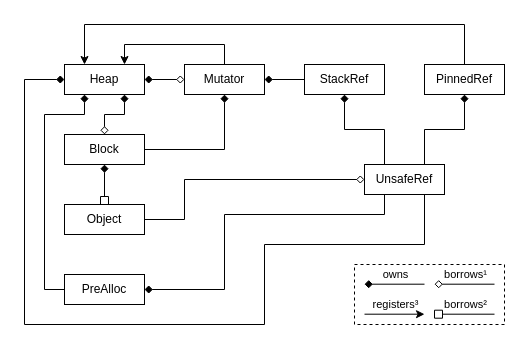
This is icicle-core/src/heap/diagram.drawio from zopsicle/snowflake, a draw.io file, before an edit. Source tidied: cells renumbered, new cells numbered last; positions are measured from the earlier drawing's top-left corner, leaving out a move shared by most shapes. Both pictures are drawn from the tidied source at 100%, with x=0, y=0 at pixel (24, 24).
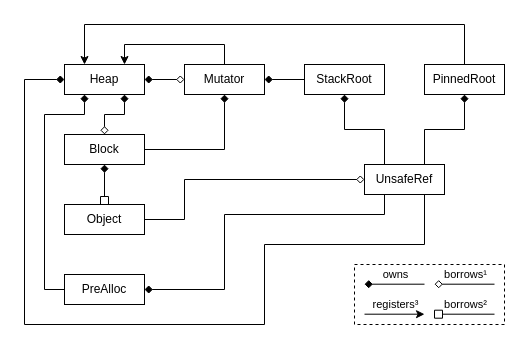
The same page after the edit.

Commit message:
icicle: Fix typos in heap diagram

What changed in the source:
```diff
@@
-    <mxCell id="5" value="PinnedRef" style="rounded=0;whiteSpace=wrap;html=1;align=center;verticalAlign=middle;fillColor=none;" parent="1" vertex="1">
+    <mxCell id="5" value="PinnedRoot" style="rounded=0;whiteSpace=wrap;html=1;align=center;verticalAlign=middle;fillColor=none;" parent="1" vertex="1">
       <mxGeometry x="400" y="40" width="80" height="30" as="geometry" />
     </mxCell>
-    <mxCell id="6" value="StackRef" style="rounded=0;whiteSpace=wrap;html=1;align=center;verticalAlign=middle;fillColor=none;" parent="1" vertex="1">
+    <mxCell id="6" value="StackRoot" style="rounded=0;whiteSpace=wrap;html=1;align=center;verticalAlign=middle;fillColor=none;" parent="1" vertex="1">
       <mxGeometry x="280" y="40" width="80" height="30" as="geometry" />
     </mxCell>
```
